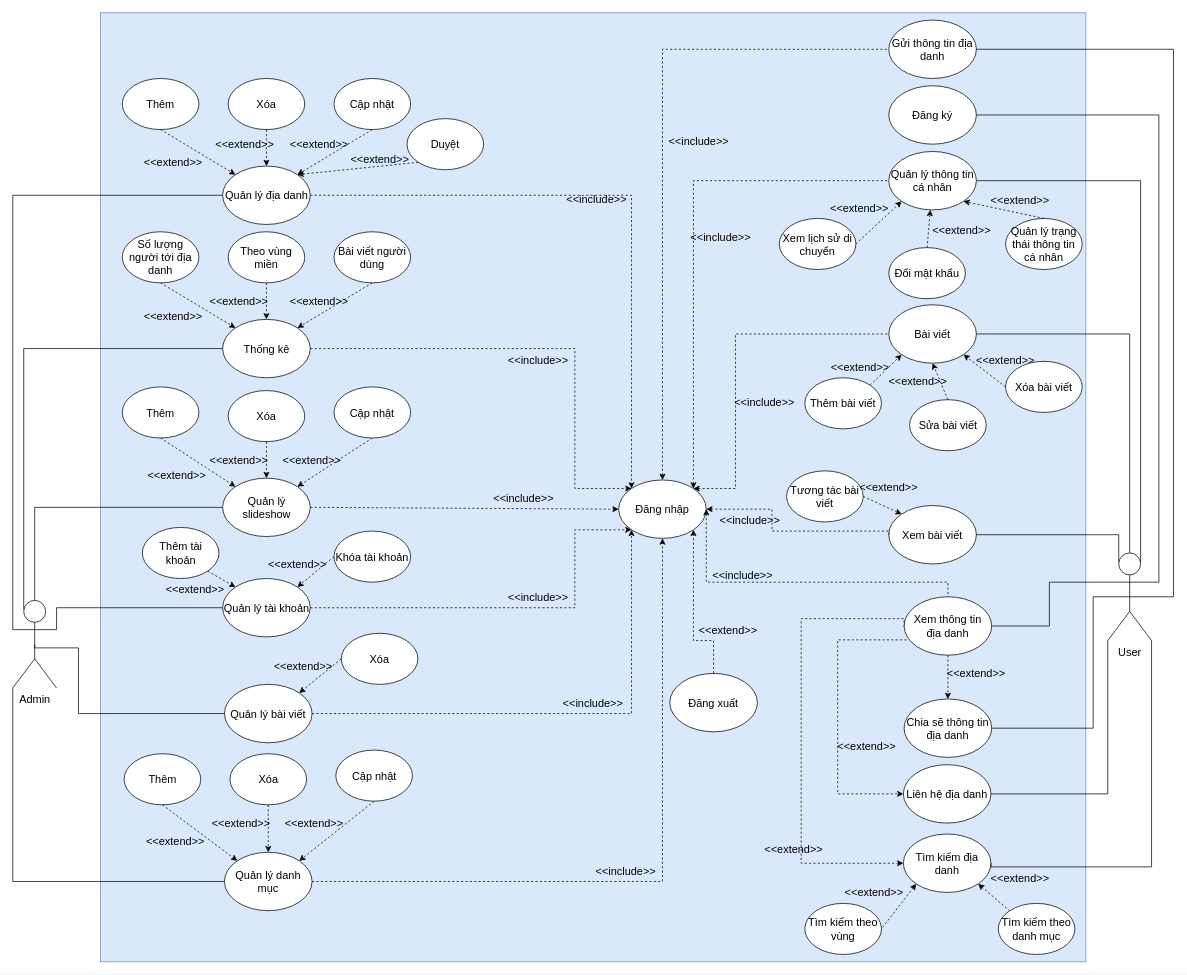
Above: page "Use_Case" (1 of 2) of Use_Case_Android.drawio in HieuNM2809/DoAn_ANDROID (draw.io), before the change. Source tidied: cells renumbered, new cells numbered last; positions are measured from the earlier drawing's top-left corner, leaving out a move shared by most shapes. Both pictures are drawn from the tidied source at 73%, with x=0, y=0 at pixel (12, 12).
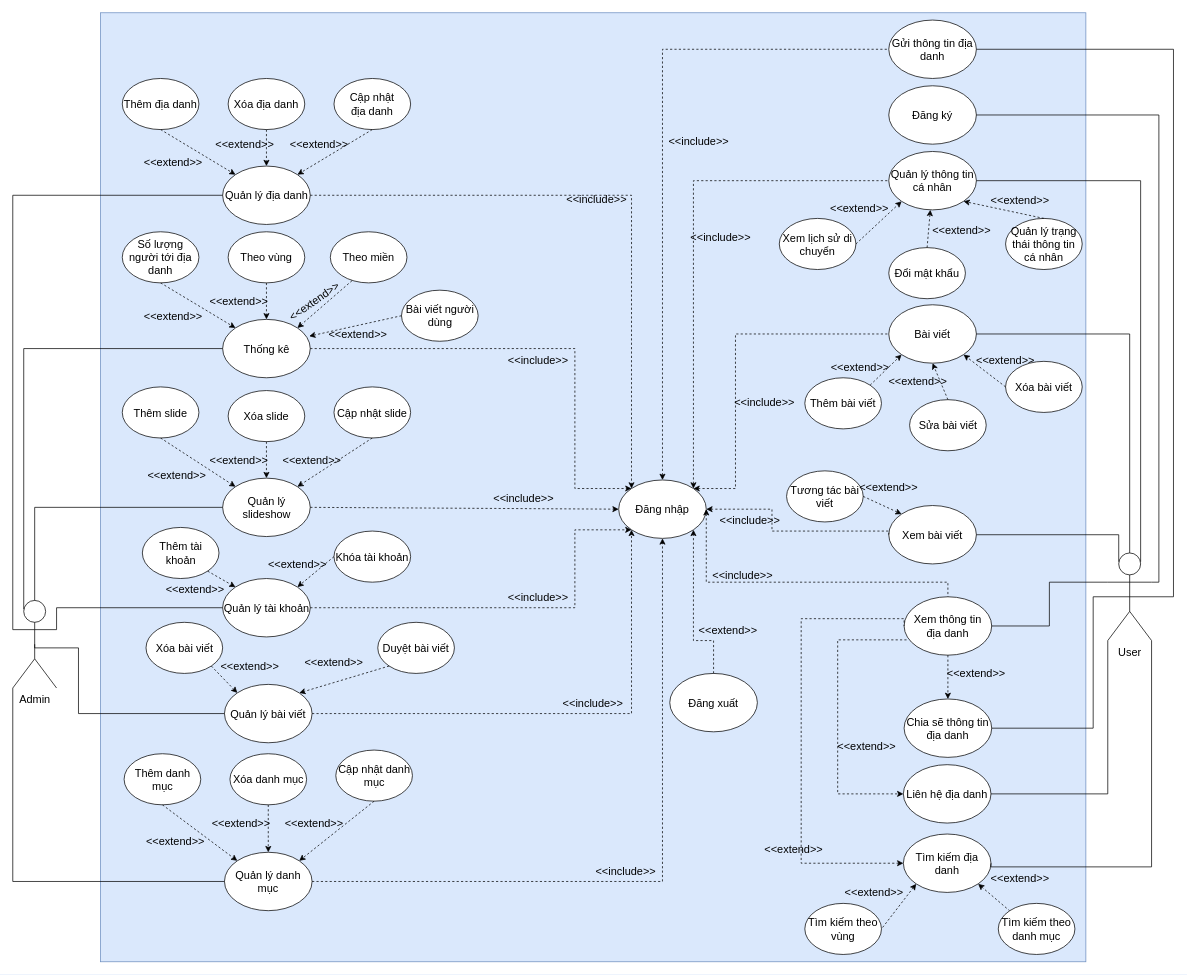
After the change.

Commit message (it also covers changes not shown here):
Cập nhật Use_Case_Android.drawio

The change refers to these unchanged cells:
```xml
<mxCell id="44" value="Quản lý địa danh" style="ellipse;whiteSpace=wrap;html=1;fontSize=15;" parent="1" vertex="1">
  <mxGeometry x="287.5" y="210" width="120" height="80" as="geometry" />
</mxCell>
<mxCell id="51" value="Thống kê" style="ellipse;whiteSpace=wrap;html=1;fontSize=15;" parent="1" vertex="1">
  <mxGeometry x="287.5" y="420" width="120" height="80" as="geometry" />
</mxCell>
<mxCell id="102" value="Quản lý bài viết" style="ellipse;whiteSpace=wrap;html=1;fontSize=15;" parent="1" vertex="1">
  <mxGeometry x="290" y="920" width="120" height="80" as="geometry" />
</mxCell>
```

Change to the diagram source:
```diff
@@
-    <mxCell id="45" value="Thêm" style="ellipse;whiteSpace=wrap;html=1;fontSize=15;" parent="1" vertex="1">
+    <mxCell id="45" value="Thêm địa danh" style="ellipse;whiteSpace=wrap;html=1;fontSize=15;" parent="1" vertex="1">
       <mxGeometry x="150" y="90" width="105" height="70" as="geometry" />
     </mxCell>
-    <mxCell id="46" value="Xóa" style="ellipse;whiteSpace=wrap;html=1;fontSize=15;" parent="1" vertex="1">
+    <mxCell id="46" value="Xóa địa danh" style="ellipse;whiteSpace=wrap;html=1;fontSize=15;" parent="1" vertex="1">
       <mxGeometry x="295" y="90" width="105" height="70" as="geometry" />
     </mxCell>
-    <mxCell id="47" value="Cập nhật" style="ellipse;whiteSpace=wrap;html=1;fontSize=15;" parent="1" vertex="1">
+    <mxCell id="47" value="Cập nhật&lt;br&gt;địa danh" style="ellipse;whiteSpace=wrap;html=1;fontSize=15;" parent="1" vertex="1">
       <mxGeometry x="440" y="90" width="105" height="70" as="geometry" />
     </mxCell>
@@
-    <mxCell id="52" value="Duyệt" style="ellipse;whiteSpace=wrap;html=1;fontSize=15;" parent="1" vertex="1">
-      <mxGeometry x="540" y="145" width="105" height="70" as="geometry" />
+    <mxCell id="52" value="Duyệt bài viết" style="ellipse;whiteSpace=wrap;html=1;fontSize=15;" parent="1" vertex="1">
+      <mxGeometry x="500" y="835" width="105" height="70" as="geometry" />
     </mxCell>
-    <mxCell id="53" style="endArrow=classic;dashed=1;html=1;rounded=0;fontSize=15;exitX=0;exitY=1;exitDx=0;exitDy=0;endFill=1;entryX=1;entryY=0;entryDx=0;entryDy=0;" parent="1" edge="1" source="52" target="44">
+    <mxCell id="53" style="endArrow=classic;dashed=1;html=1;rounded=0;fontSize=15;exitX=0;exitY=1;exitDx=0;exitDy=0;endFill=1;entryX=1;entryY=0;entryDx=0;entryDy=0;" parent="1" edge="1" source="52" target="102">
       <mxGeometry relative="1" as="geometry" />
     </mxCell>
@@
-    <mxCell id="59" value="Theo vùng miền" style="ellipse;whiteSpace=wrap;html=1;fontSize=15;" parent="1" vertex="1">
+    <mxCell id="59" value="Theo vùng" style="ellipse;whiteSpace=wrap;html=1;fontSize=15;" parent="1" vertex="1">
       <mxGeometry x="295" y="300" width="105" height="70" as="geometry" />
     </mxCell>
     <mxCell id="60" value="Bài viết người dùng" style="ellipse;whiteSpace=wrap;html=1;fontSize=15;" parent="1" vertex="1">
-      <mxGeometry x="440" y="300" width="105" height="70" as="geometry" />
+      <mxGeometry x="532.5" y="380" width="105" height="70" as="geometry" />
     </mxCell>
@@
-    <mxCell id="63" style="endArrow=classic;dashed=1;html=1;rounded=0;fontSize=15;entryX=1;entryY=0;entryDx=0;entryDy=0;exitX=0.5;exitY=1;exitDx=0;exitDy=0;endFill=1;" parent="1" edge="1" source="60" target="51">
+    <mxCell id="63" style="endArrow=classic;dashed=1;html=1;rounded=0;fontSize=15;entryX=0.988;entryY=0.288;entryDx=0;entryDy=0;exitX=0;exitY=0.5;exitDx=0;exitDy=0;endFill=1;entryPerimeter=0;" parent="1" edge="1" source="60" target="51">
       <mxGeometry relative="1" as="geometry" />
     </mxCell>
@@
     <mxCell id="70" value="&amp;lt;&amp;lt;extend&amp;gt;&amp;gt;" style="text;html=1;strokeColor=none;fillColor=none;align=center;verticalAlign=middle;whiteSpace=wrap;rounded=0;fontSize=15;rotation=0;" parent="1" vertex="1">
-      <mxGeometry x="472.5" y="185" width="60" height="30" as="geometry" />
+      <mxGeometry x="410" y="875" width="60" height="30" as="geometry" />
     </mxCell>
@@
     <mxCell id="73" value="&amp;lt;&amp;lt;extend&amp;gt;&amp;gt;" style="text;html=1;strokeColor=none;fillColor=none;align=center;verticalAlign=middle;whiteSpace=wrap;rounded=0;fontSize=15;rotation=0;" parent="1" vertex="1">
-      <mxGeometry x="390" y="380" width="60" height="30" as="geometry" />
+      <mxGeometry x="442.5" y="425" width="60" height="30" as="geometry" />
     </mxCell>
@@
-    <mxCell id="75" value="Thêm" style="ellipse;whiteSpace=wrap;html=1;fontSize=15;" parent="1" vertex="1">
+    <mxCell id="75" value="Thêm slide" style="ellipse;whiteSpace=wrap;html=1;fontSize=15;" parent="1" vertex="1">
       <mxGeometry x="150" y="512.5" width="105" height="70" as="geometry" />
     </mxCell>
-    <mxCell id="76" value="Xóa" style="ellipse;whiteSpace=wrap;html=1;fontSize=15;" parent="1" vertex="1">
+    <mxCell id="76" value="Xóa slide" style="ellipse;whiteSpace=wrap;html=1;fontSize=15;" parent="1" vertex="1">
       <mxGeometry x="295" y="517.5" width="105" height="70" as="geometry" />
     </mxCell>
@@
-    <mxCell id="82" value="Thêm" style="ellipse;whiteSpace=wrap;html=1;fontSize=15;" parent="1" vertex="1">
+    <mxCell id="82" value="Thêm danh mục" style="ellipse;whiteSpace=wrap;html=1;fontSize=15;" parent="1" vertex="1">
       <mxGeometry x="152.5" y="1015" width="105" height="70" as="geometry" />
     </mxCell>
-    <mxCell id="83" value="Xóa" style="ellipse;whiteSpace=wrap;html=1;fontSize=15;" parent="1" vertex="1">
+    <mxCell id="83" value="Xóa danh mục" style="ellipse;whiteSpace=wrap;html=1;fontSize=15;" parent="1" vertex="1">
       <mxGeometry x="297.5" y="1015" width="105" height="70" as="geometry" />
     </mxCell>
@@
-    <mxCell id="92" value="Cập nhật" style="ellipse;whiteSpace=wrap;html=1;fontSize=15;" parent="1" vertex="1">
+    <mxCell id="92" value="Cập nhật slide" style="ellipse;whiteSpace=wrap;html=1;fontSize=15;" parent="1" vertex="1">
       <mxGeometry x="440" y="512.5" width="105" height="70" as="geometry" />
     </mxCell>
@@
-    <mxCell id="95" value="Cập nhật" style="ellipse;whiteSpace=wrap;html=1;fontSize=15;" parent="1" vertex="1">
+    <mxCell id="95" value="Cập nhật danh mục" style="ellipse;whiteSpace=wrap;html=1;fontSize=15;" parent="1" vertex="1">
       <mxGeometry x="442.5" y="1010" width="105" height="70" as="geometry" />
     </mxCell>
@@
-    <mxCell id="103" value="Xóa" style="ellipse;whiteSpace=wrap;html=1;fontSize=15;" parent="1" vertex="1">
-      <mxGeometry x="450" y="850" width="105" height="70" as="geometry" />
+    <mxCell id="103" value="Xóa bài viết" style="ellipse;whiteSpace=wrap;html=1;fontSize=15;" parent="1" vertex="1">
+      <mxGeometry x="182.5" y="835" width="105" height="70" as="geometry" />
     </mxCell>
-    <mxCell id="104" style="endArrow=classic;dashed=1;html=1;rounded=0;fontSize=15;entryX=1;entryY=0;entryDx=0;entryDy=0;exitX=0;exitY=0.5;exitDx=0;exitDy=0;endFill=1;" parent="1" edge="1" source="103" target="102">
+    <mxCell id="104" style="endArrow=classic;dashed=1;html=1;rounded=0;fontSize=15;entryX=0;entryY=0;entryDx=0;entryDy=0;exitX=1;exitY=1;exitDx=0;exitDy=0;endFill=1;" parent="1" edge="1" source="103" target="102">
       <mxGeometry relative="1" as="geometry" />
     </mxCell>
     <mxCell id="105" value="&amp;lt;&amp;lt;extend&amp;gt;&amp;gt;" style="text;html=1;strokeColor=none;fillColor=none;align=center;verticalAlign=middle;whiteSpace=wrap;rounded=0;fontSize=15;rotation=0;" parent="1" vertex="1">
-      <mxGeometry x="367.5" y="880" width="60" height="30" as="geometry" />
+      <mxGeometry x="295" y="880" width="60" height="30" as="geometry" />
     </mxCell>
@@
+    <mxCell id="142" value="Theo miền" style="ellipse;whiteSpace=wrap;html=1;fontSize=15;" parent="1" vertex="1">
+      <mxGeometry x="435" y="300" width="105" height="70" as="geometry" />
+    </mxCell>
+    <mxCell id="143" style="endArrow=classic;dashed=1;html=1;rounded=0;fontSize=15;entryX=1;entryY=0;entryDx=0;entryDy=0;endFill=1;exitX=0.283;exitY=0.957;exitDx=0;exitDy=0;exitPerimeter=0;" parent="1" edge="1" source="142" target="51">
+      <mxGeometry relative="1" as="geometry" />
+    </mxCell>
+    <mxCell id="144" value="&amp;lt;&amp;lt;extend&amp;gt;&amp;gt;" style="text;html=1;strokeColor=none;fillColor=none;align=center;verticalAlign=middle;whiteSpace=wrap;rounded=0;fontSize=15;rotation=-35;" parent="1" vertex="1">
+      <mxGeometry x="382.5" y="380" width="60" height="30" as="geometry" />
+    </mxCell>
```
